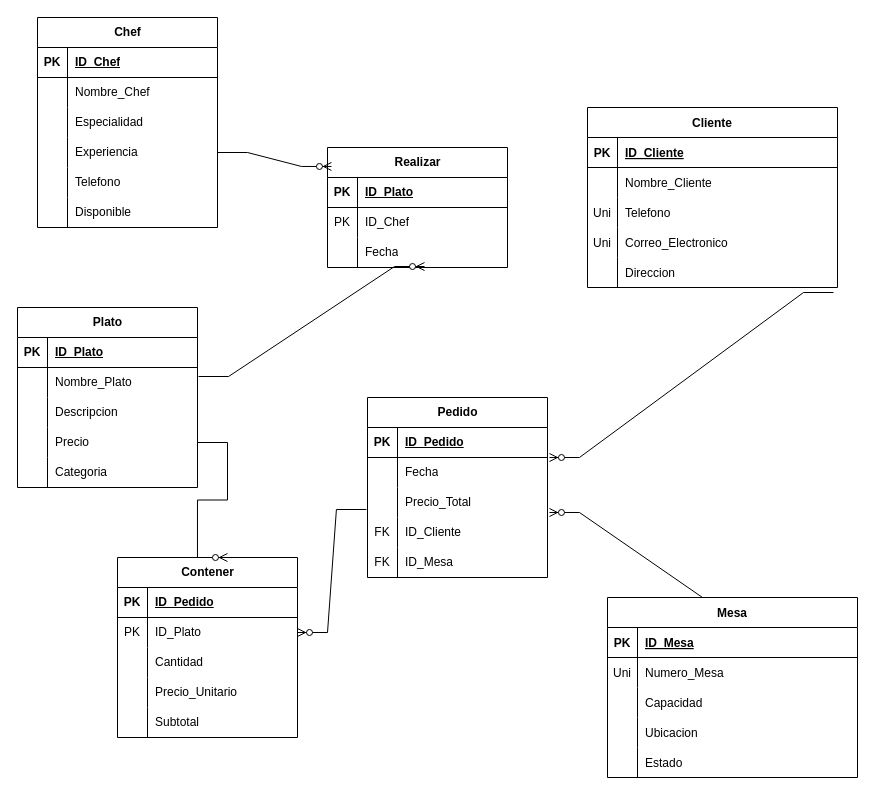
The draw.io diagram Diagrama sin título.drawio in HugoAlFus/Diagramas_Entidad-Relacion, before the edit. Source tidied: cells renumbered, new cells numbered last; positions are measured from the earlier drawing's top-left corner, leaving out a move shared by most shapes. Both pictures are drawn from the tidied source at 100%, with x=0, y=0 at pixel (17, -33).
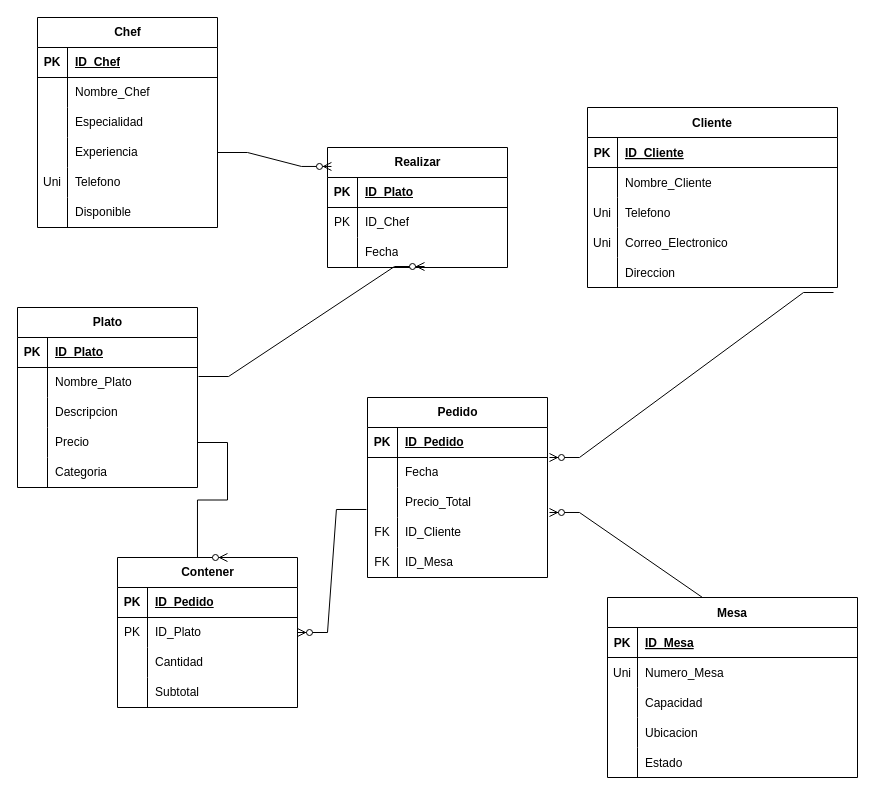
After the change.

The change refers to these unchanged cells:
```xml
<mxCell id="99" style="shape=tableRow;horizontal=0;startSize=0;swimlaneHead=0;swimlaneBody=0;fillColor=none;top=0;left=0;right=0;bottom=0;" parent="86" vertex="1">
  <mxGeometry y="150" width="180" height="30" as="geometry" />
</mxCell>
```

Change to the diagram source:
```diff
@@
     <mxCell id="68" value="Contener" style="shape=table;startSize=30;childLayout=tableLayout;rowLines=0;fontStyle=1;align=center;html=1;" parent="1" vertex="1">
-      <mxGeometry x="100" y="590" width="180" height="180" as="geometry" />
+      <mxGeometry x="100" y="590" width="180" height="150" as="geometry" />
     </mxCell>
@@
-    <mxCell id="78" style="shape=tableRow;horizontal=0;startSize=0;swimlaneHead=0;swimlaneBody=0;fillColor=none;top=0;left=0;right=0;bottom=0;" parent="68" vertex="1">
-      <mxGeometry y="120" width="180" height="30" as="geometry" />
-    </mxCell>
-    <mxCell id="79" style="shape=partialRectangle;fillColor=none;top=0;left=0;bottom=0;right=0;overflow=hidden;whiteSpace=wrap;html=1;" parent="78" vertex="1">
-      <mxGeometry width="30" height="30" as="geometry" />
-    </mxCell>
-    <mxCell id="80" value="Precio_Unitario" style="shape=partialRectangle;fillColor=none;top=0;left=0;bottom=0;right=0;align=left;spacingLeft=6;overflow=hidden;whiteSpace=wrap;html=1;" parent="78" vertex="1">
-      <mxGeometry x="30" width="150" height="30" as="geometry" />
-    </mxCell>
     <mxCell id="81" style="shape=tableRow;horizontal=0;startSize=0;swimlaneHead=0;swimlaneBody=0;fillColor=none;top=0;left=0;right=0;bottom=0;" parent="68" vertex="1">
-      <mxGeometry y="150" width="180" height="30" as="geometry" />
+      <mxGeometry y="120" width="180" height="30" as="geometry" />
     </mxCell>
@@
-    <mxCell id="100" style="shape=partialRectangle;fillColor=none;top=0;left=0;bottom=0;right=0;overflow=hidden;whiteSpace=wrap;html=1;" parent="99" vertex="1">
+    <mxCell id="100" value="Uni" style="shape=partialRectangle;fillColor=none;top=0;left=0;bottom=0;right=0;overflow=hidden;whiteSpace=wrap;html=1;" parent="99" vertex="1">
       <mxGeometry width="30" height="30" as="geometry" />
     </mxCell>
```
